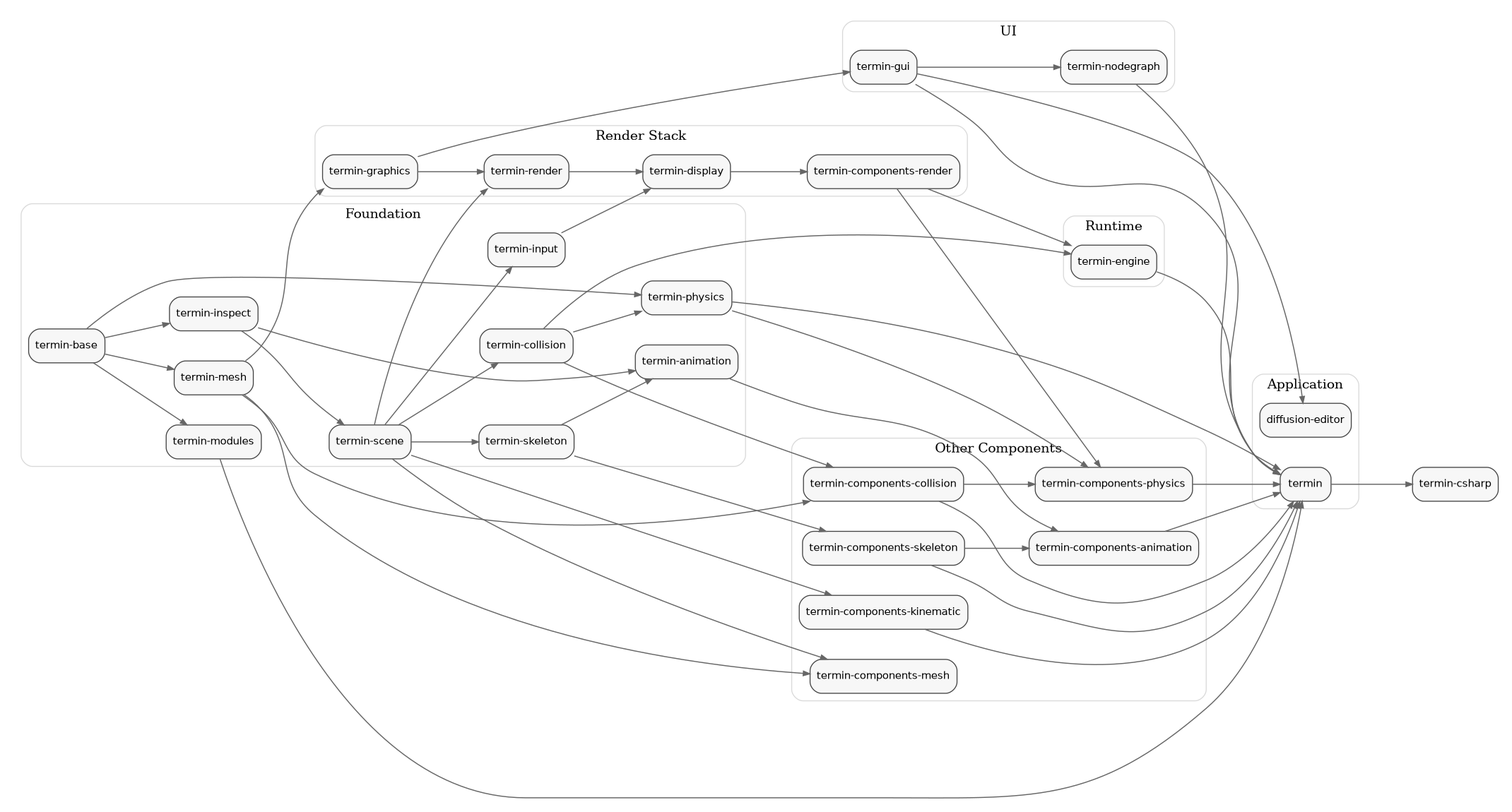
This is docs/library-dependencies.png from mirmik/termin, a Graphviz export, as it was before one commit. Its source is kept beside it as docs/library-dependencies.dot.
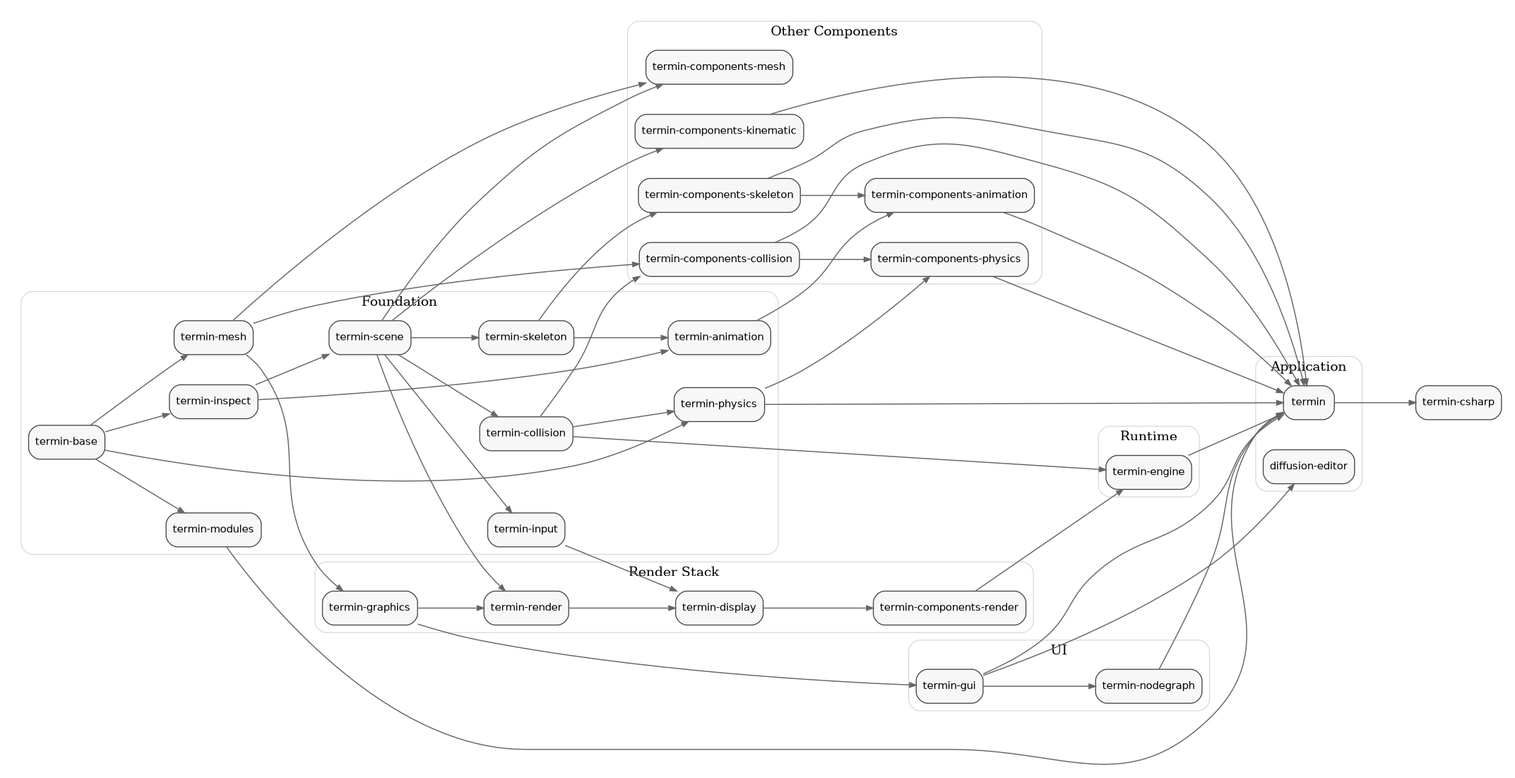
Later version of the same file.

Change to the diagram source:
```diff
@@ -107,7 +107,6 @@
 	"termin-display" -> "termin-components-render";
 	"termin-physics" -> "termin-components-physics";
 	"termin-components-collision" -> "termin-components-physics";
-	"termin-components-render" -> "termin-components-physics";
 	"termin-skeleton" -> "termin-components-skeleton";
 	"termin-animation" -> "termin-components-animation";
 	"termin-components-skeleton" -> "termin-components-animation";
```
